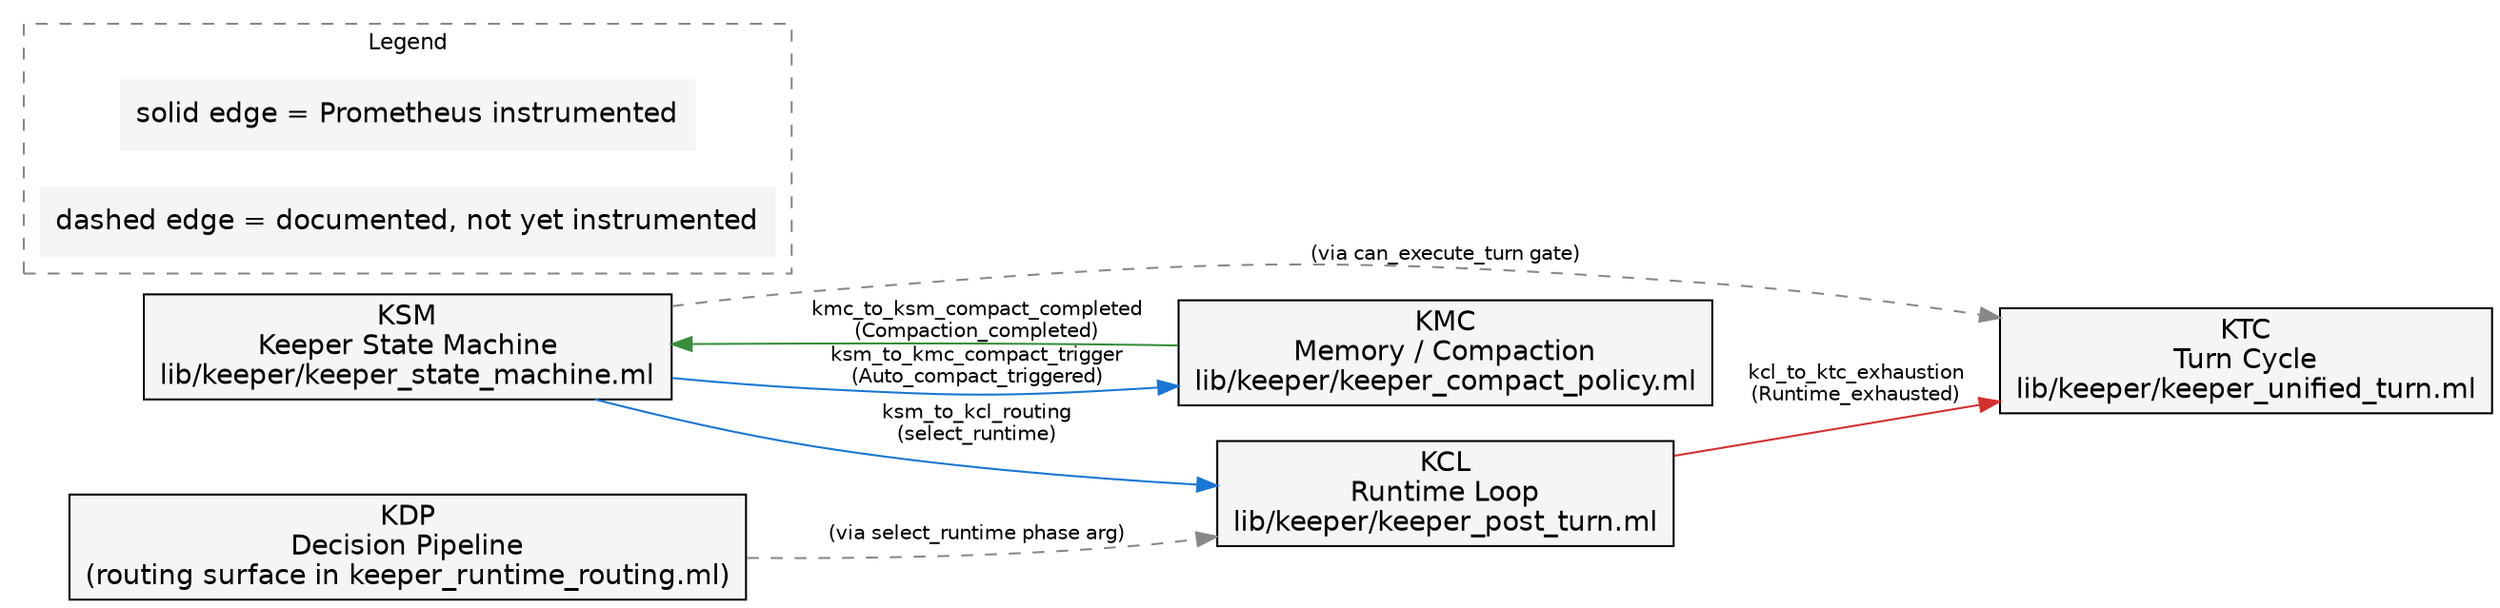
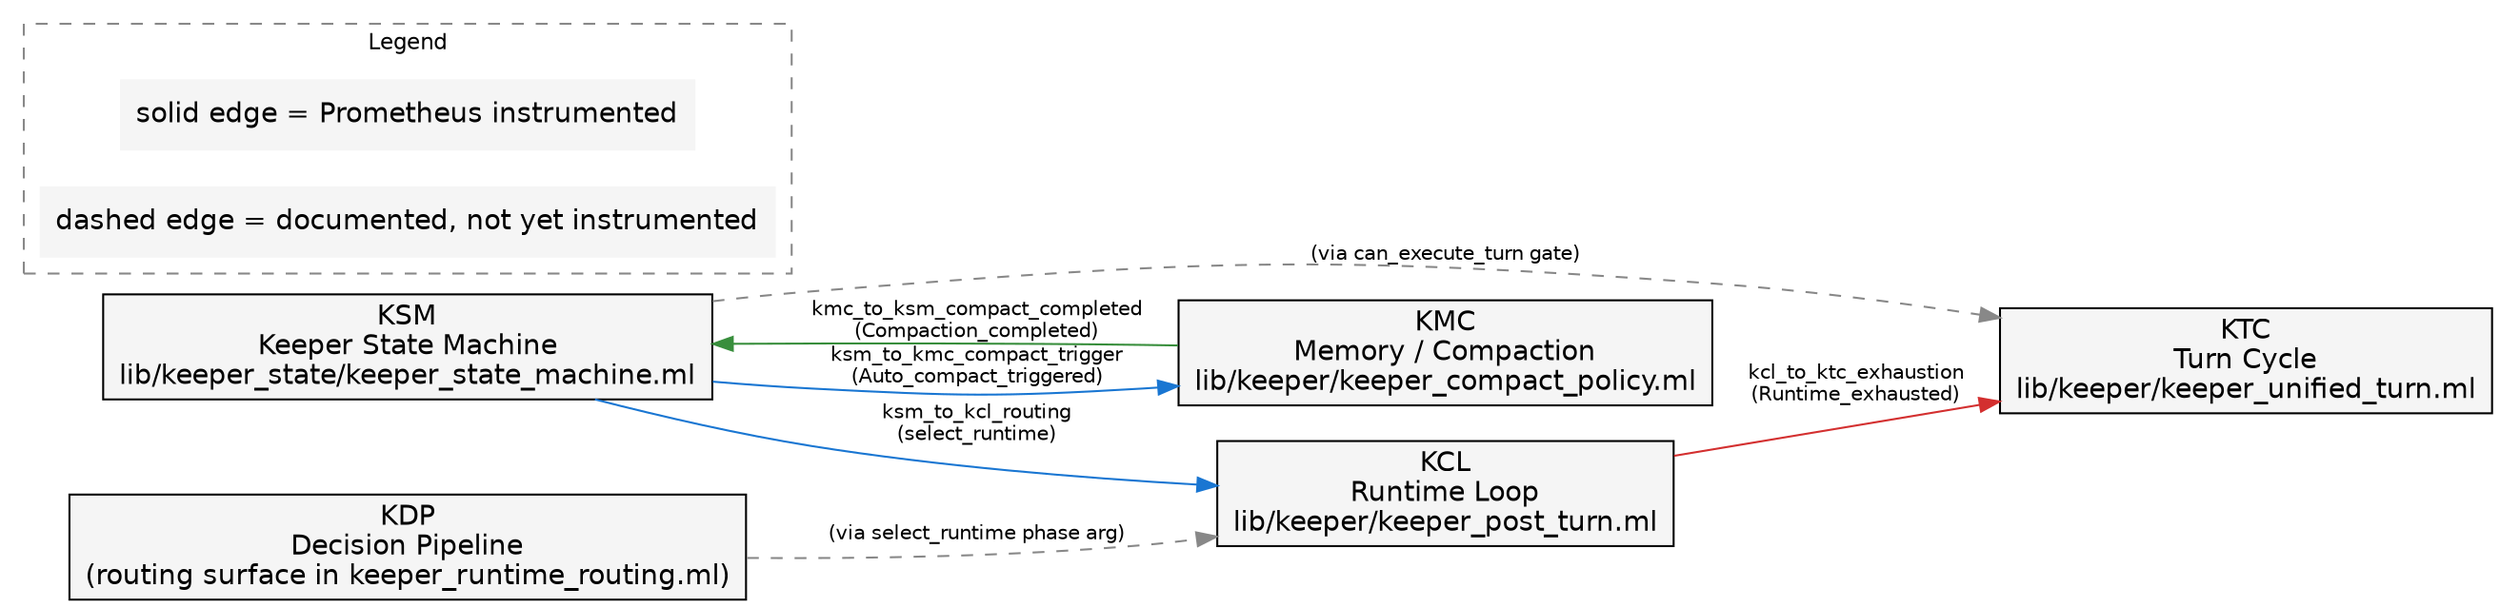
// keeper-fsm-graph.dot — Static cross-FSM coupling graph for the
// keeper system (KSM / KTC / KDP / KCL / KMC).
//
// Each labeled edge corresponds to a [edge=<label>] value emitted by
// the Prometheus counter [masc_keeper_fsm_edge_transitions_total]
// (declared in lib/prometheus.mli).
//
// Render:
//   dot -Tsvg docs/keeper-fsm-graph.dot -o docs/keeper-fsm-graph.svg
//
// Validate the OCaml wiring still matches:
//   bash scripts/validate-keeper-fsm-graph.sh
//
// References:
//   - specs/keeper-state-machine/KeeperCompositeLifecycle.tla
//   - test/test_keeper_fsm_joints.ml (PR-H, joint invariant tests)

digraph keeper_fsm {
  rankdir = LR;
  fontname = "Helvetica";
  node [shape=box, style=filled, fillcolor="#f5f5f5", fontname="Helvetica"];
  edge [fontname="Helvetica", fontsize=10];

  // 5 sub-FSM nodes (RFC-0002 + RFC-0003).
-   KSM [label="KSM\nKeeper State Machine\nlib/keeper/keeper_state_machine.ml"];
+   KSM [label="KSM\nKeeper State Machine\nlib/keeper_state/keeper_state_machine.ml"];
  KTC [label="KTC\nTurn Cycle\nlib/keeper/keeper_unified_turn.ml"];
  KDP [label="KDP\nDecision Pipeline\n(routing surface in keeper_runtime_routing.ml)"];
  KCL [label="KCL\nRuntime Loop\nlib/keeper/keeper_post_turn.ml"];
  KMC [label="KMC\nMemory / Compaction\nlib/keeper/keeper_compact_policy.ml"];

  // ── Instrumented edges (counter labels match the OCaml call sites) ──

  KSM -> KCL [
    label = "ksm_to_kcl_routing\n(select_runtime)",
    color = "#1976d2",
    tooltip = "lib/keeper/keeper_unified_turn.ml:1086"
  ];

  KSM -> KMC [
    label = "ksm_to_kmc_compact_trigger\n(Auto_compact_triggered)",
    color = "#1976d2",
    tooltip = "lib/keeper/keeper_registry.ml:995"
  ];

  KMC -> KSM [
    label = "kmc_to_ksm_compact_completed\n(Compaction_completed)",
    color = "#388e3c",
    tooltip = "lib/keeper/keeper_context_runtime.ml:198 + lib/keeper/keeper_unified_turn.ml:1925"
  ];

  KCL -> KTC [
    label = "kcl_to_ktc_exhaustion\n(Runtime_exhausted)",
    color = "#d32f2f",
    tooltip = "lib/keeper/keeper_unified_turn.ml:1647"
  ];

  // ── Documented but un-instrumented edges (follow-up trail) ──

  KDP -> KCL [
    label = "(via select_runtime phase arg)",
    style = "dashed",
    color = "#888888",
    tooltip = "Currently fused into ksm_to_kcl_routing; KDP signal arrives as the phase argument"
  ];

  KSM -> KTC [
    label = "(via can_execute_turn gate)",
    style = "dashed",
    color = "#888888",
    tooltip = "Pure predicate keeper_state_machine.ml:can_execute_turn — no counter, gate read at every turn entry"
  ];

  // ── Legend ─────────────────────────────────────────────
  subgraph cluster_legend {
    label = "Legend";
    style = dashed;
    color = "#888888";
    fontsize = 11;

    legend_solid [label="solid edge = Prometheus instrumented", shape=plaintext];
    legend_dashed [label="dashed edge = documented, not yet instrumented", shape=plaintext];
  }
}
